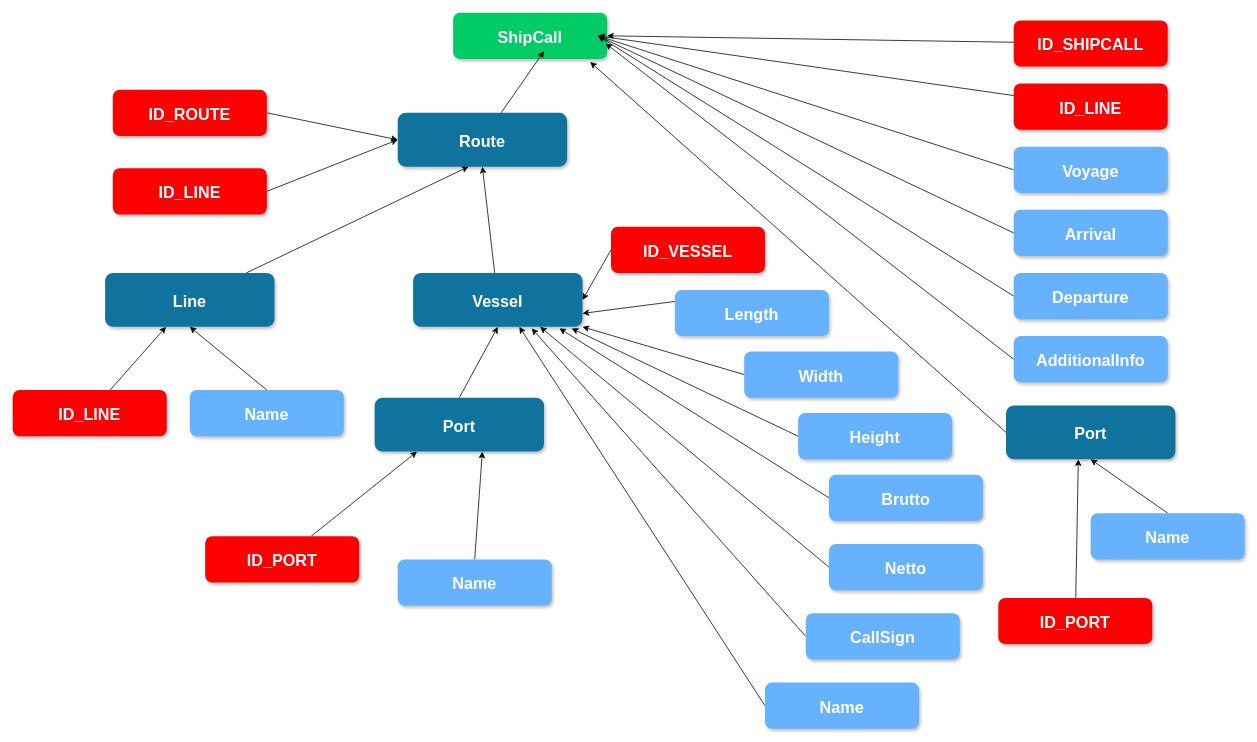
Before: htdocs/interface_tree.drawio in Leksiqq/DtoKit, a draw.io diagram. Source tidied: cells renumbered, new cells numbered last; positions are measured from the earlier drawing's top-left corner, leaving out a move shared by most shapes. Both pictures are drawn from the tidied source at 77%, with x=0, y=0 at pixel (12, 12).
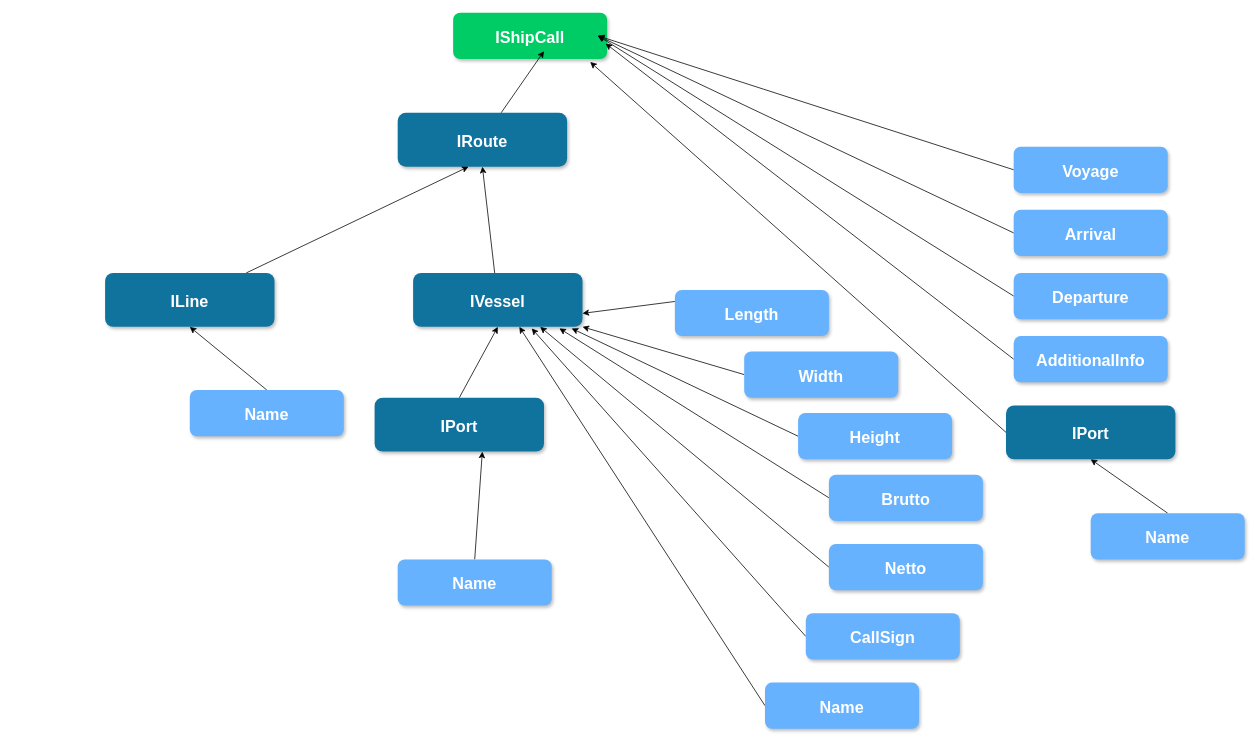
The same diagram, later.

Change to the diagram source:
```diff
@@
-    <mxCell id="2" value="ShipCall" style="rounded=1;fillColor=#00CC66;strokeColor=none;shadow=1;gradientColor=none;fontStyle=1;fontColor=#FFFFFF;fontSize=21&#10;;" parent="1" vertex="1">
+    <mxCell id="2" value="IShipCall" style="rounded=1;fillColor=#00CC66;strokeColor=none;shadow=1;gradientColor=none;fontStyle=1;fontColor=#FFFFFF;fontSize=21&#10;;" parent="1" vertex="1">
       <mxGeometry x="572" width="200" height="60" as="geometry" />
     </mxCell>
@@
-    <mxCell id="4" value="Route" style="rounded=1;fillColor=#10739E;strokeColor=none;shadow=1;gradientColor=none;fontStyle=1;fontColor=#FFFFFF;fontSize=21&#10;;" parent="1" vertex="1">
+    <mxCell id="4" value="IRoute" style="rounded=1;fillColor=#10739E;strokeColor=none;shadow=1;gradientColor=none;fontStyle=1;fontColor=#FFFFFF;fontSize=21&#10;;" parent="1" vertex="1">
       <mxGeometry x="500" y="130" width="220" height="70" as="geometry" />
     </mxCell>
-    <mxCell id="5" style="edgeStyle=none;rounded=0;jettySize=auto;html=1;entryX=1;entryY=0.5;entryDx=0;entryDy=0;" parent="1" edge="1" source="6" target="2">
-      <mxGeometry relative="1" as="geometry" />
-    </mxCell>
-    <mxCell id="6" value="ID_SHIPCALL" style="rounded=1;fillColor=red;strokeColor=none;shadow=1;gradientColor=none;fontStyle=1;fontColor=#FFFFFF;fontSize=21&#10;;" parent="1" vertex="1">
-      <mxGeometry x="1300" y="10" width="200" height="60" as="geometry" />
-    </mxCell>
-    <mxCell id="7" style="edgeStyle=none;rounded=0;jettySize=auto;html=1;" parent="1" edge="1" source="8">
-      <mxGeometry relative="1" as="geometry">
-        <mxPoint x="760" y="30" as="targetPoint" />
-      </mxGeometry>
-    </mxCell>
-    <mxCell id="8" value="ID_LINE" style="rounded=1;fillColor=red&#10;;strokeColor=none;shadow=1;gradientColor=none;fontStyle=1;fontColor=#FFFFFF;fontSize=21&#10;;" parent="1" vertex="1">
-      <mxGeometry x="1300" y="92" width="200" height="60" as="geometry" />
-    </mxCell>
@@
-    <mxCell id="17" style="edgeStyle=none;rounded=0;orthogonalLoop=1;jettySize=auto;html=1;entryX=0;entryY=0.75;entryDx=0;entryDy=0;" parent="1" edge="1" source="8" target="8">
-      <mxGeometry relative="1" as="geometry" />
+    <mxCell id="17" style="edgeStyle=none;rounded=0;orthogonalLoop=1;jettySize=auto;html=1;entryX=0;entryY=0.75;entryDx=0;entryDy=0;" parent="1" edge="1">
+      <mxGeometry relative="1" as="geometry">
+        <mxPoint x="1300" y="137" as="sourcePoint" />
+        <mxPoint x="1300" y="137" as="targetPoint" />
+      </mxGeometry>
     </mxCell>
-    <mxCell id="18" style="edgeStyle=none;rounded=0;jettySize=auto;html=1;exitX=1;exitY=0.5;exitDx=0;exitDy=0;entryX=0;entryY=0.5;entryDx=0;entryDy=0;" parent="1" edge="1" source="19" target="4">
-      <mxGeometry relative="1" as="geometry" />
-    </mxCell>
-    <mxCell id="19" value="ID_ROUTE" style="rounded=1;fillColor=red;strokeColor=none;shadow=1;gradientColor=none;fontStyle=1;fontColor=#FFFFFF;fontSize=21&#10;;" parent="1" vertex="1">
-      <mxGeometry x="130" y="100" width="200" height="60" as="geometry" />
-    </mxCell>
-    <mxCell id="20" style="edgeStyle=none;rounded=0;jettySize=auto;html=1;exitX=1;exitY=0.5;exitDx=0;exitDy=0;entryX=0;entryY=0.5;entryDx=0;entryDy=0;" parent="1" edge="1" source="21" target="4">
-      <mxGeometry relative="1" as="geometry" />
-    </mxCell>
-    <mxCell id="21" value="ID_LINE" style="rounded=1;fillColor=red&#10;;strokeColor=none;shadow=1;gradientColor=none;fontStyle=1;fontColor=#FFFFFF;fontSize=21&#10;;" parent="1" vertex="1">
-      <mxGeometry x="130" y="202" width="200" height="60" as="geometry" />
-    </mxCell>
@@
-    <mxCell id="23" value="Line" style="rounded=1;fillColor=#10739E;strokeColor=none;shadow=1;gradientColor=none;fontStyle=1;fontColor=#FFFFFF;fontSize=21&#10;;" parent="1" vertex="1">
+    <mxCell id="23" value="ILine" style="rounded=1;fillColor=#10739E;strokeColor=none;shadow=1;gradientColor=none;fontStyle=1;fontColor=#FFFFFF;fontSize=21&#10;;" parent="1" vertex="1">
       <mxGeometry x="120" y="338" width="220" height="70" as="geometry" />
     </mxCell>
@@
-    <mxCell id="25" value="Vessel" style="rounded=1;fillColor=#10739E;strokeColor=none;shadow=1;gradientColor=none;fontStyle=1;fontColor=#FFFFFF;fontSize=21&#10;;" parent="1" vertex="1">
+    <mxCell id="25" value="IVessel" style="rounded=1;fillColor=#10739E;strokeColor=none;shadow=1;gradientColor=none;fontStyle=1;fontColor=#FFFFFF;fontSize=21&#10;;" parent="1" vertex="1">
       <mxGeometry x="520" y="338" width="220" height="70" as="geometry" />
     </mxCell>
@@
-    <mxCell id="27" value="Port" style="rounded=1;fillColor=#10739E;strokeColor=none;shadow=1;gradientColor=none;fontStyle=1;fontColor=#FFFFFF;fontSize=21&#10;;" parent="1" vertex="1">
+    <mxCell id="27" value="IPort" style="rounded=1;fillColor=#10739E;strokeColor=none;shadow=1;gradientColor=none;fontStyle=1;fontColor=#FFFFFF;fontSize=21&#10;;" parent="1" vertex="1">
       <mxGeometry x="1290" y="510" width="220" height="70" as="geometry" />
     </mxCell>
-    <mxCell id="28" style="edgeStyle=none;rounded=0;jettySize=auto;html=1;entryX=0.427;entryY=1;entryDx=0;entryDy=0;entryPerimeter=0;" parent="1" edge="1" source="29" target="27">
-      <mxGeometry relative="1" as="geometry" />
-    </mxCell>
-    <mxCell id="29" value="ID_PORT" style="rounded=1;fillColor=red;strokeColor=none;shadow=1;gradientColor=none;fontStyle=1;fontColor=#FFFFFF;fontSize=21&#10;;" parent="1" vertex="1">
-      <mxGeometry x="1280" y="760" width="200" height="60" as="geometry" />
-    </mxCell>
@@
-    <mxCell id="32" style="edgeStyle=none;rounded=0;jettySize=auto;html=1;" parent="1" edge="1" source="33" target="23">
-      <mxGeometry relative="1" as="geometry" />
-    </mxCell>
-    <mxCell id="33" value="ID_LINE" style="rounded=1;fillColor=red&#10;;strokeColor=none;shadow=1;gradientColor=none;fontStyle=1;fontColor=#FFFFFF;fontSize=21&#10;;" parent="1" vertex="1">
-      <mxGeometry y="490" width="200" height="60" as="geometry" />
-    </mxCell>
@@
-    <mxCell id="37" value="Port" style="rounded=1;fillColor=#10739E;strokeColor=none;shadow=1;gradientColor=none;fontStyle=1;fontColor=#FFFFFF;fontSize=21&#10;;" parent="1" vertex="1">
+    <mxCell id="37" value="IPort" style="rounded=1;fillColor=#10739E;strokeColor=none;shadow=1;gradientColor=none;fontStyle=1;fontColor=#FFFFFF;fontSize=21&#10;;" parent="1" vertex="1">
       <mxGeometry x="470" y="500" width="220" height="70" as="geometry" />
     </mxCell>
-    <mxCell id="38" style="edgeStyle=none;rounded=0;jettySize=auto;html=1;entryX=0.25;entryY=1;entryDx=0;entryDy=0;" parent="1" edge="1" source="39" target="37">
-      <mxGeometry relative="1" as="geometry" />
-    </mxCell>
-    <mxCell id="39" value="ID_PORT" style="rounded=1;fillColor=red;strokeColor=none;shadow=1;gradientColor=none;fontStyle=1;fontColor=#FFFFFF;fontSize=21&#10;;" parent="1" vertex="1">
-      <mxGeometry x="250" y="680" width="200" height="60" as="geometry" />
-    </mxCell>
@@
-    <mxCell id="42" style="edgeStyle=none;rounded=0;jettySize=auto;html=1;exitX=0;exitY=0.5;exitDx=0;exitDy=0;entryX=1;entryY=0.5;entryDx=0;entryDy=0;" parent="1" edge="1" source="43" target="25">
-      <mxGeometry relative="1" as="geometry" />
-    </mxCell>
-    <mxCell id="43" value="ID_VESSEL" style="rounded=1;fillColor=red;strokeColor=none;shadow=1;gradientColor=none;fontStyle=1;fontColor=#FFFFFF;fontSize=21&#10;;" parent="1" vertex="1">
-      <mxGeometry x="777" y="278" width="200" height="60" as="geometry" />
-    </mxCell>
```
